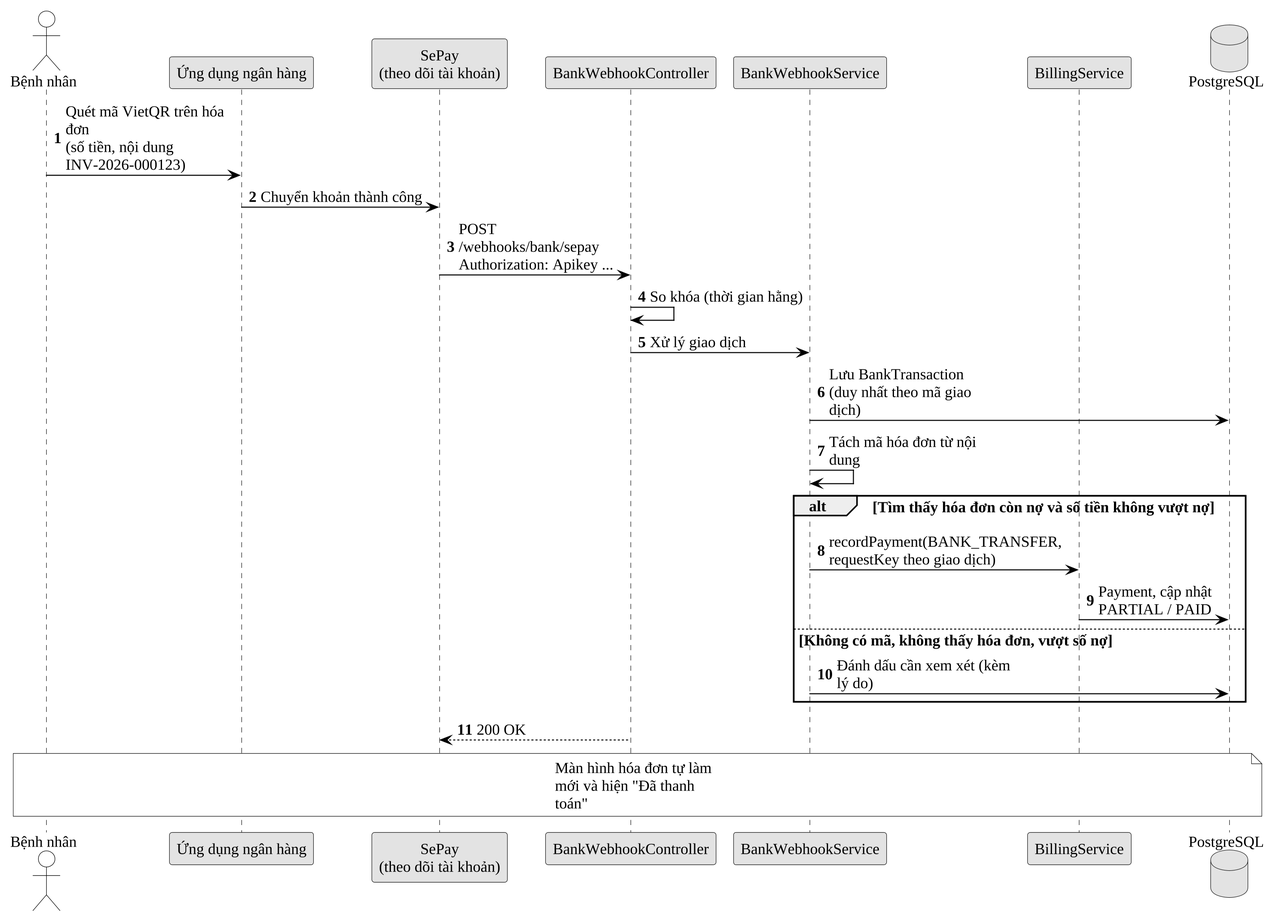
Above: docs/10_Thesis/bao-cao/hinh/3-11-tuan-tu-vietqr.png in Trantuan0310/dental-clinic-nestjs-react (PlantUML), before the change. The source it was exported from:
```plantuml
@startuml
!include _kieu.iuml
autonumber
actor "Bệnh nhân" as BN
participant "Ứng dụng ngân hàng" as APP
participant "SePay\n(theo dõi tài khoản)" as SP
participant "BankWebhookController" as WH
participant "BankWebhookService" as SV
participant "BillingService" as BI
database "PostgreSQL" as DB
BN -> APP : Quét mã VietQR trên hóa đơn\n(số tiền, nội dung INV-2026-000123)
APP -> SP : Chuyển khoản thành công
SP -> WH : POST /webhooks/bank/sepay\nAuthorization: Apikey ...
WH -> WH : So khóa (thời gian hằng)
WH -> SV : Xử lý giao dịch
SV -> DB : Lưu BankTransaction\n(duy nhất theo mã giao dịch)
SV -> SV : Tách mã hóa đơn từ nội dung
alt Tìm thấy hóa đơn còn nợ và số tiền không vượt nợ
  SV -> BI : recordPayment(BANK_TRANSFER, requestKey theo giao dịch)
  BI -> DB : Payment, cập nhật PARTIAL / PAID
else Không có mã, không thấy hóa đơn, vượt số nợ
  SV -> DB : Đánh dấu cần xem xét (kèm lý do)
end
WH --> SP : 200 OK
note over BN, DB : Màn hình hóa đơn tự làm mới và hiện "Đã thanh toán"
@enduml
```
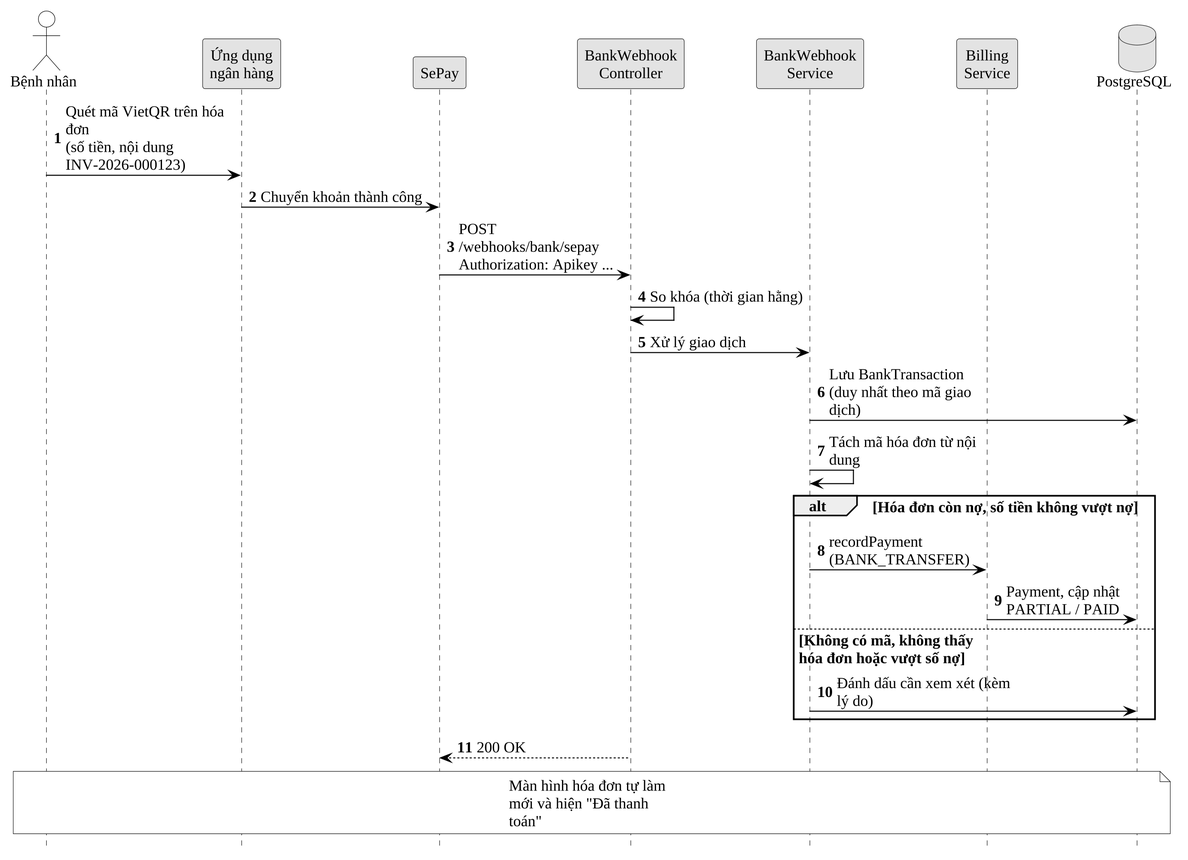
The same file after the commit.

Commit message:
docs(thesis): gọn sơ đồ tuần tự VietQR cho chữ to hơn

Claude-Session: https://claude.ai/code/session_01TBoubatqgAjjLj8yNYh2bv

The edit, as a diff of the source:
```diff
@@ -1,12 +1,14 @@
 @startuml
 !include _kieu.iuml
 autonumber
+hide footbox
+skinparam maxMessageSize 95
 actor "Bệnh nhân" as BN
-participant "Ứng dụng ngân hàng" as APP
-participant "SePay\n(theo dõi tài khoản)" as SP
-participant "BankWebhookController" as WH
-participant "BankWebhookService" as SV
-participant "BillingService" as BI
+participant "Ứng dụng\nngân hàng" as APP
+participant "SePay" as SP
+participant "BankWebhook\nController" as WH
+participant "BankWebhook\nService" as SV
+participant "Billing\nService" as BI
 database "PostgreSQL" as DB
 BN -> APP : Quét mã VietQR trên hóa đơn\n(số tiền, nội dung INV-2026-000123)
 APP -> SP : Chuyển khoản thành công
@@ -15,10 +17,10 @@
 WH -> SV : Xử lý giao dịch
 SV -> DB : Lưu BankTransaction\n(duy nhất theo mã giao dịch)
 SV -> SV : Tách mã hóa đơn từ nội dung
-alt Tìm thấy hóa đơn còn nợ và số tiền không vượt nợ
-  SV -> BI : recordPayment(BANK_TRANSFER, requestKey theo giao dịch)
+alt Hóa đơn còn nợ, số tiền không vượt nợ
+  SV -> BI : recordPayment\n(BANK_TRANSFER)
   BI -> DB : Payment, cập nhật PARTIAL / PAID
-else Không có mã, không thấy hóa đơn, vượt số nợ
+else Không có mã, không thấy\nhóa đơn hoặc vượt số nợ
   SV -> DB : Đánh dấu cần xem xét (kèm lý do)
 end
 WH --> SP : 200 OK
```
